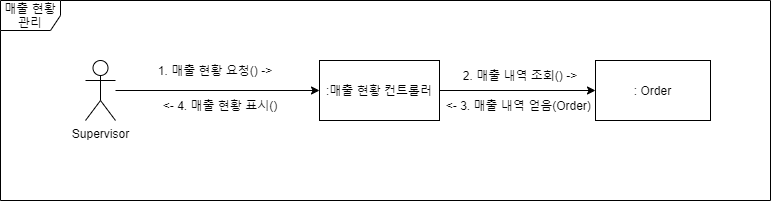
Earlier version of the draw.io export 상세명세서/Behavioral Model/communication diagram/매출현황관리 communication diagram.png (distroytest/KNUSD-20202-Team05). Source tidied: cells renumbered, new cells last; positions are measured from the earlier drawing's top-left corner, leaving out a move shared by most shapes.
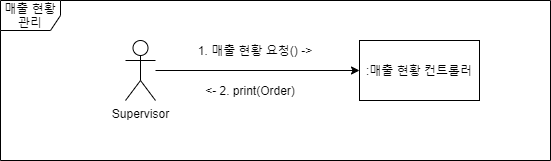
Later version of the same file.

Commit message:
Update 매출현황관리 communication diagram.png

Change to the diagram source:
```diff
@@ -8,29 +8,17 @@
     <mxCell id="3" value="Supervisor" style="shape=umlActor;verticalLabelPosition=bottom;verticalAlign=top;html=1;outlineConnect=0;" parent="1" vertex="1">
       <mxGeometry x="85" y="60" width="30" height="60" as="geometry" />
     </mxCell>
-    <mxCell id="4" style="edgeStyle=orthogonalEdgeStyle;rounded=0;jettySize=auto;html=1;entryX=0;entryY=0.5;entryDx=0;entryDy=0;" parent="1" edge="1" source="5" target="6">
-      <mxGeometry relative="1" as="geometry" />
-    </mxCell>
     <mxCell id="5" value=":매출 현황 컨트롤러" style="rounded=0;whiteSpace=wrap;html=1;" parent="1" vertex="1">
       <mxGeometry x="319" y="60" width="120" height="60" as="geometry" />
     </mxCell>
-    <mxCell id="6" value=": Order" style="rounded=0;whiteSpace=wrap;html=1;" parent="1" vertex="1">
-      <mxGeometry x="595" y="60" width="115" height="60" as="geometry" />
-    </mxCell>
     <mxCell id="7" value="1. 매출 현황 요청() -&amp;gt;" style="text;html=1;strokeColor=none;fillColor=none;align=center;verticalAlign=middle;whiteSpace=wrap;rounded=0;" parent="1" vertex="1">
       <mxGeometry x="130" y="60" width="170" height="20" as="geometry" />
     </mxCell>
-    <mxCell id="8" value="&amp;lt;- 3. 매출 내역 얻음(Order)&amp;nbsp;" style="text;html=1;strokeColor=none;fillColor=none;align=center;verticalAlign=middle;whiteSpace=wrap;rounded=0;" parent="1" vertex="1">
-      <mxGeometry x="435" y="95" width="170" height="20" as="geometry" />
-    </mxCell>
     <mxCell id="9" value="매출 현황 관리" style="shape=umlFrame;whiteSpace=wrap;html=1;" parent="1" vertex="1">
-      <mxGeometry width="770" height="200" as="geometry" />
+      <mxGeometry x="-40" y="20" width="550" height="160" as="geometry" />
     </mxCell>
-    <mxCell id="10" value="2. 매출 내역 조회() -&amp;gt;" style="text;html=1;strokeColor=none;fillColor=none;align=center;verticalAlign=middle;whiteSpace=wrap;rounded=0;" parent="1" vertex="1">
-      <mxGeometry x="450" y="65" width="140" height="20" as="geometry" />
-    </mxCell>
-    <mxCell id="11" value="&amp;lt;- 4. 매출 현황 표시()" style="text;html=1;strokeColor=none;fillColor=none;align=center;verticalAlign=middle;whiteSpace=wrap;rounded=0;" parent="1" vertex="1">
-      <mxGeometry x="160" y="95" width="120" height="20" as="geometry" />
+    <mxCell id="11" value="&amp;lt;- 2. print(Order)" style="text;html=1;strokeColor=none;fillColor=none;align=center;verticalAlign=middle;whiteSpace=wrap;rounded=0;" parent="1" vertex="1">
+      <mxGeometry x="150" y="100" width="120" height="20" as="geometry" />
     </mxCell>
   </root>
 </mxGraphModel>
```
